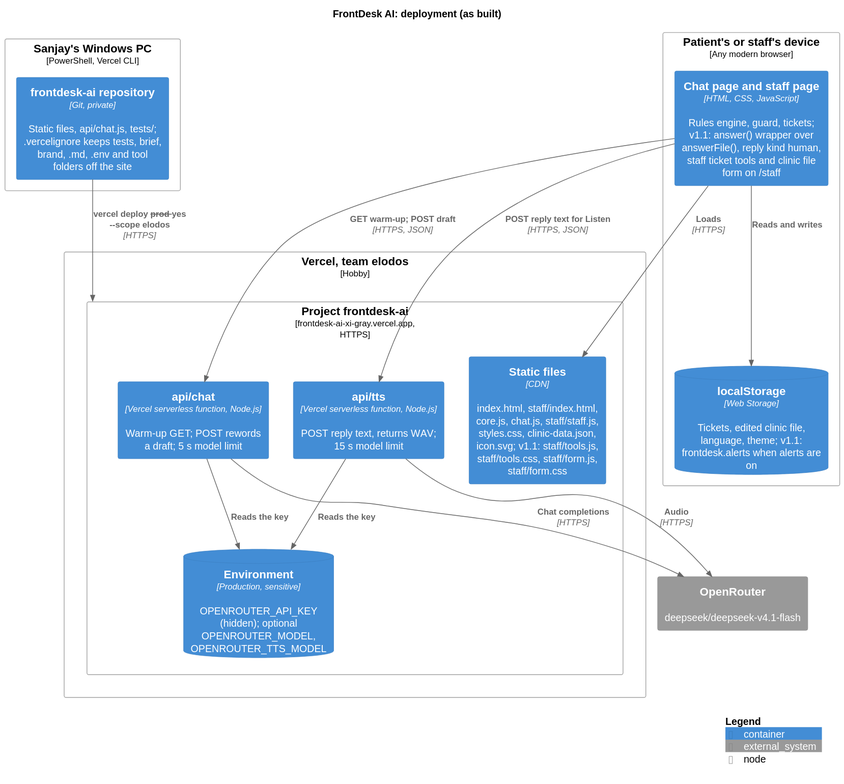
The PlantUML diagram docs/diagrams/deployment.svg in karwasanjay007/frontdesk-ai-docs, before a commit.
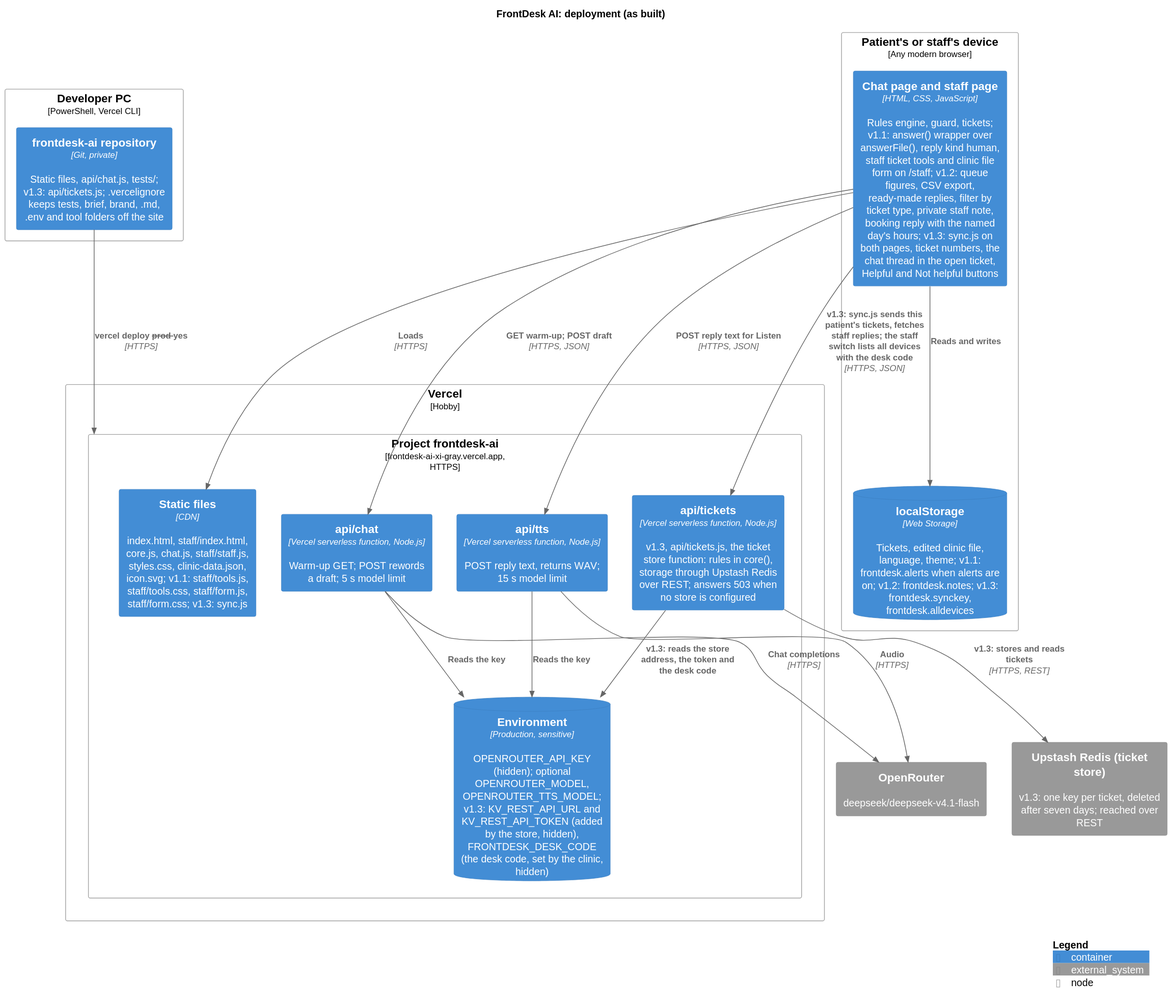
The same file after the commit.

Change to the diagram source:
```diff
@@ -2,27 +2,29 @@
 !include <C4/C4_Deployment>
 title FrontDesk AI: deployment (as built)
 
-Deployment_Node(dev, "Sanjay's Windows PC", "PowerShell, Vercel CLI") {
-  Container(src, "frontdesk-ai repository", "Git, private", "Static files, api/chat.js, tests/; .vercelignore keeps tests, brief, brand, .md, .env and tool folders off the site")
+Deployment_Node(dev, "Developer PC", "PowerShell, Vercel CLI") {
+  Container(src, "frontdesk-ai repository", "Git, private", "Static files, api/chat.js, tests/; v1.3: api/tickets.js; .vercelignore keeps tests, brief, brand, .md, .env and tool folders off the site")
 }
 
-Deployment_Node(vercel, "Vercel, team elodos", "Hobby") {
+Deployment_Node(vercel, "Vercel", "Hobby") {
   Deployment_Node(proj, "Project frontdesk-ai", "frontdesk-ai-xi-gray.vercel.app, HTTPS") {
-    Container(static, "Static files", "CDN", "index.html, staff/index.html, core.js, chat.js, staff/staff.js, styles.css, clinic-data.json, icon.svg; v1.1: staff/tools.js, staff/tools.css, staff/form.js, staff/form.css")
+    Container(static, "Static files", "CDN", "index.html, staff/index.html, core.js, chat.js, staff/staff.js, styles.css, clinic-data.json, icon.svg; v1.1: staff/tools.js, staff/tools.css, staff/form.js, staff/form.css; v1.3: sync.js")
     Container(fn, "api/chat", "Vercel serverless function, Node.js", "Warm-up GET; POST rewords a draft; 5 s model limit")
     Container(tts, "api/tts", "Vercel serverless function, Node.js", "POST reply text, returns WAV; 15 s model limit")
-    ContainerDb(env, "Environment", "Production, sensitive", "OPENROUTER_API_KEY (hidden); optional OPENROUTER_MODEL, OPENROUTER_TTS_MODEL")
+    Container(ticketsfn, "api/tickets", "Vercel serverless function, Node.js", "v1.3, api/tickets.js, the ticket store function: rules in core(), storage through Upstash Redis over REST; answers 503 when no store is configured")
+    ContainerDb(env, "Environment", "Production, sensitive", "OPENROUTER_API_KEY (hidden); optional OPENROUTER_MODEL, OPENROUTER_TTS_MODEL; v1.3: KV_REST_API_URL and KV_REST_API_TOKEN (added by the store, hidden), FRONTDESK_DESK_CODE (the desk code, set by the clinic, hidden)")
   }
 }
 
 Deployment_Node(device, "Patient's or staff's device", "Any modern browser") {
-  Container(pages, "Chat page and staff page", "HTML, CSS, JavaScript", "Rules engine, guard, tickets; v1.1: answer() wrapper over answerFile(), reply kind human, staff ticket tools and clinic file form on /staff")
-  ContainerDb(ls, "localStorage", "Web Storage", "Tickets, edited clinic file, language, theme; v1.1: frontdesk.alerts when alerts are on")
+  Container(pages, "Chat page and staff page", "HTML, CSS, JavaScript", "Rules engine, guard, tickets; v1.1: answer() wrapper over answerFile(), reply kind human, staff ticket tools and clinic file form on /staff; v1.2: queue figures, CSV export, ready-made replies, filter by ticket type, private staff note, booking reply with the named day's hours; v1.3: sync.js on both pages, ticket numbers, the chat thread in the open ticket, Helpful and Not helpful buttons")
+  ContainerDb(ls, "localStorage", "Web Storage", "Tickets, edited clinic file, language, theme; v1.1: frontdesk.alerts when alerts are on; v1.2: frontdesk.notes; v1.3: frontdesk.synckey, frontdesk.alldevices")
 }
 
 System_Ext(openrouter, "OpenRouter", "deepseek/deepseek-v4.1-flash")
+System_Ext(upstash, "Upstash Redis (ticket store)", "v1.3: one key per ticket, deleted after seven days; reached over REST")
 
-Rel(src, proj, "vercel deploy --prod --yes --scope elodos", "HTTPS")
+Rel(src, proj, "vercel deploy --prod --yes", "HTTPS")
 Rel(pages, static, "Loads", "HTTPS")
 Rel(pages, fn, "GET warm-up; POST draft", "HTTPS, JSON")
 Rel(pages, tts, "POST reply text for Listen", "HTTPS, JSON")
@@ -31,6 +33,9 @@
 Rel(fn, env, "Reads the key")
 Rel(fn, openrouter, "Chat completions", "HTTPS")
 Rel(pages, ls, "Reads and writes")
+Rel(pages, ticketsfn, "v1.3: sync.js sends this patient's tickets, fetches staff replies; the staff switch lists all devices with the desk code", "HTTPS, JSON")
+Rel(ticketsfn, env, "v1.3: reads the store address, the token and the desk code")
+Rel(ticketsfn, upstash, "v1.3: stores and reads tickets", "HTTPS, REST")
 
 SHOW_LEGEND()
 @enduml
```
